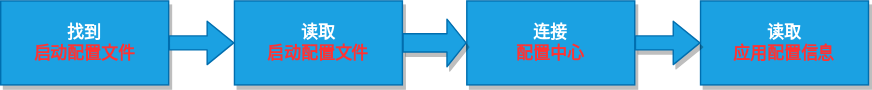
This is docs/guide/config.svg from boxgo/website, a draw.io export, as it was before one commit. Source tidied: cells renumbered, new cells last; positions are measured from the earlier drawing's top-left corner, leaving out a move shared by most shapes. The source it was exported from:
```xml
<mxGraphModel math="1">
  <root>
    <mxCell id="0" />
    <mxCell id="1" parent="0" />
    <mxCell id="2" value="读取&lt;br&gt;&lt;font color=&quot;#ff3333&quot;&gt;启动配置文件&lt;/font&gt;" style="whiteSpace=wrap;html=1;fillColor=#1ba1e2;shadow=1;fillStyle=auto;fontStyle=1;strokeColor=#006EAF;fontColor=#ffffff;" parent="1" vertex="1">
      <mxGeometry x="167" width="120" height="60" as="geometry" />
    </mxCell>
    <mxCell id="3" value="连接&lt;br&gt;&lt;font color=&quot;#ff3333&quot;&gt;配置中心&lt;/font&gt;" style="whiteSpace=wrap;html=1;fillColor=#1ba1e2;shadow=1;fillStyle=auto;fontStyle=1;strokeColor=#006EAF;fontColor=#ffffff;" parent="1" vertex="1">
      <mxGeometry x="333" width="120" height="60" as="geometry" />
    </mxCell>
    <mxCell id="4" value="读取&lt;br&gt;&lt;font color=&quot;#ff3333&quot;&gt;应用配置信息&lt;/font&gt;" style="whiteSpace=wrap;html=1;fillColor=#1ba1e2;shadow=1;fillStyle=auto;fontStyle=1;strokeColor=#006EAF;fontColor=#ffffff;" parent="1" vertex="1">
      <mxGeometry x="500" width="120" height="60" as="geometry" />
    </mxCell>
    <mxCell id="5" style="shape=flexArrow;endArrow=classic;html=1;width=13;endSize=4.22;exitX=1;exitY=0.5;exitDx=0;exitDy=0;entryX=0;entryY=0.5;entryDx=0;entryDy=0;fillColor=#1ba1e2;shadow=1;fillStyle=auto;fontColor=#FFFFFF;fontStyle=1;strokeColor=#006EAF;" parent="1" edge="1" source="2" target="3">
      <mxGeometry relative="1" as="geometry" />
    </mxCell>
    <mxCell id="6" style="shape=flexArrow;endArrow=classic;html=1;exitX=1;exitY=0.5;exitDx=0;exitDy=0;entryX=0;entryY=0.5;entryDx=0;entryDy=0;fillColor=#1ba1e2;shadow=1;fillStyle=auto;fontColor=#FFFFFF;fontStyle=1;strokeColor=#006EAF;" parent="1" edge="1" source="3" target="4">
      <mxGeometry relative="1" as="geometry" />
    </mxCell>
    <mxCell id="7" value="找到&lt;br&gt;&lt;font color=&quot;#ff3333&quot;&gt;启动配置文件&lt;/font&gt;" style="whiteSpace=wrap;html=1;fillColor=#1ba1e2;shadow=1;fillStyle=auto;fontStyle=1;strokeColor=#006EAF;fontColor=#ffffff;" parent="1" vertex="1">
      <mxGeometry width="120" height="60" as="geometry" />
    </mxCell>
    <mxCell id="8" style="shape=flexArrow;endArrow=classic;html=1;exitX=1;exitY=0.5;exitDx=0;exitDy=0;entryX=0;entryY=0.5;entryDx=0;entryDy=0;fillColor=#1ba1e2;strokeColor=#006EAF;" parent="1" edge="1" source="7" target="2">
      <mxGeometry relative="1" as="geometry" />
    </mxCell>
  </root>
</mxGraphModel>
```
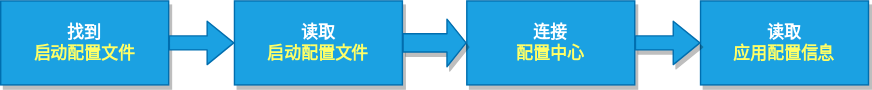
After the change.

Change to the diagram source:
```diff
@@ -2,13 +2,13 @@
   <root>
     <mxCell id="0" />
     <mxCell id="1" parent="0" />
-    <mxCell id="2" value="读取&lt;br&gt;&lt;font color=&quot;#ff3333&quot;&gt;启动配置文件&lt;/font&gt;" style="whiteSpace=wrap;html=1;fillColor=#1ba1e2;shadow=1;fillStyle=auto;fontStyle=1;strokeColor=#006EAF;fontColor=#ffffff;" parent="1" vertex="1">
+    <mxCell id="2" value="读取&lt;br&gt;&lt;font color=&quot;#ffff66&quot;&gt;启动配置文件&lt;/font&gt;" style="whiteSpace=wrap;html=1;fillColor=#1ba1e2;shadow=1;fillStyle=auto;fontStyle=1;strokeColor=#006EAF;fontColor=#ffffff;" parent="1" vertex="1">
       <mxGeometry x="167" width="120" height="60" as="geometry" />
     </mxCell>
-    <mxCell id="3" value="连接&lt;br&gt;&lt;font color=&quot;#ff3333&quot;&gt;配置中心&lt;/font&gt;" style="whiteSpace=wrap;html=1;fillColor=#1ba1e2;shadow=1;fillStyle=auto;fontStyle=1;strokeColor=#006EAF;fontColor=#ffffff;" parent="1" vertex="1">
+    <mxCell id="3" value="连接&lt;br&gt;&lt;font color=&quot;#ffff66&quot;&gt;配置中心&lt;/font&gt;" style="whiteSpace=wrap;html=1;fillColor=#1ba1e2;shadow=1;fillStyle=auto;fontStyle=1;strokeColor=#006EAF;fontColor=#ffffff;" parent="1" vertex="1">
       <mxGeometry x="333" width="120" height="60" as="geometry" />
     </mxCell>
-    <mxCell id="4" value="读取&lt;br&gt;&lt;font color=&quot;#ff3333&quot;&gt;应用配置信息&lt;/font&gt;" style="whiteSpace=wrap;html=1;fillColor=#1ba1e2;shadow=1;fillStyle=auto;fontStyle=1;strokeColor=#006EAF;fontColor=#ffffff;" parent="1" vertex="1">
+    <mxCell id="4" value="读取&lt;br&gt;&lt;font color=&quot;#ffff66&quot;&gt;应用配置信息&lt;/font&gt;" style="whiteSpace=wrap;html=1;fillColor=#1ba1e2;shadow=1;fillStyle=auto;fontStyle=1;strokeColor=#006EAF;fontColor=#ffffff;" parent="1" vertex="1">
       <mxGeometry x="500" width="120" height="60" as="geometry" />
     </mxCell>
     <mxCell id="5" style="shape=flexArrow;endArrow=classic;html=1;width=13;endSize=4.22;exitX=1;exitY=0.5;exitDx=0;exitDy=0;entryX=0;entryY=0.5;entryDx=0;entryDy=0;fillColor=#1ba1e2;shadow=1;fillStyle=auto;fontColor=#FFFFFF;fontStyle=1;strokeColor=#006EAF;" parent="1" edge="1" source="2" target="3">
@@ -17,7 +17,7 @@
     <mxCell id="6" style="shape=flexArrow;endArrow=classic;html=1;exitX=1;exitY=0.5;exitDx=0;exitDy=0;entryX=0;entryY=0.5;entryDx=0;entryDy=0;fillColor=#1ba1e2;shadow=1;fillStyle=auto;fontColor=#FFFFFF;fontStyle=1;strokeColor=#006EAF;" parent="1" edge="1" source="3" target="4">
       <mxGeometry relative="1" as="geometry" />
     </mxCell>
-    <mxCell id="7" value="找到&lt;br&gt;&lt;font color=&quot;#ff3333&quot;&gt;启动配置文件&lt;/font&gt;" style="whiteSpace=wrap;html=1;fillColor=#1ba1e2;shadow=1;fillStyle=auto;fontStyle=1;strokeColor=#006EAF;fontColor=#ffffff;" parent="1" vertex="1">
+    <mxCell id="7" value="找到&lt;br&gt;&lt;font color=&quot;#ffff66&quot;&gt;启动配置文件&lt;/font&gt;" style="whiteSpace=wrap;html=1;fillColor=#1ba1e2;shadow=1;fillStyle=auto;fontStyle=1;strokeColor=#006EAF;fontColor=#ffffff;" parent="1" vertex="1">
       <mxGeometry width="120" height="60" as="geometry" />
     </mxCell>
     <mxCell id="8" style="shape=flexArrow;endArrow=classic;html=1;exitX=1;exitY=0.5;exitDx=0;exitDy=0;entryX=0;entryY=0.5;entryDx=0;entryDy=0;fillColor=#1ba1e2;strokeColor=#006EAF;" parent="1" edge="1" source="7" target="2">
```
